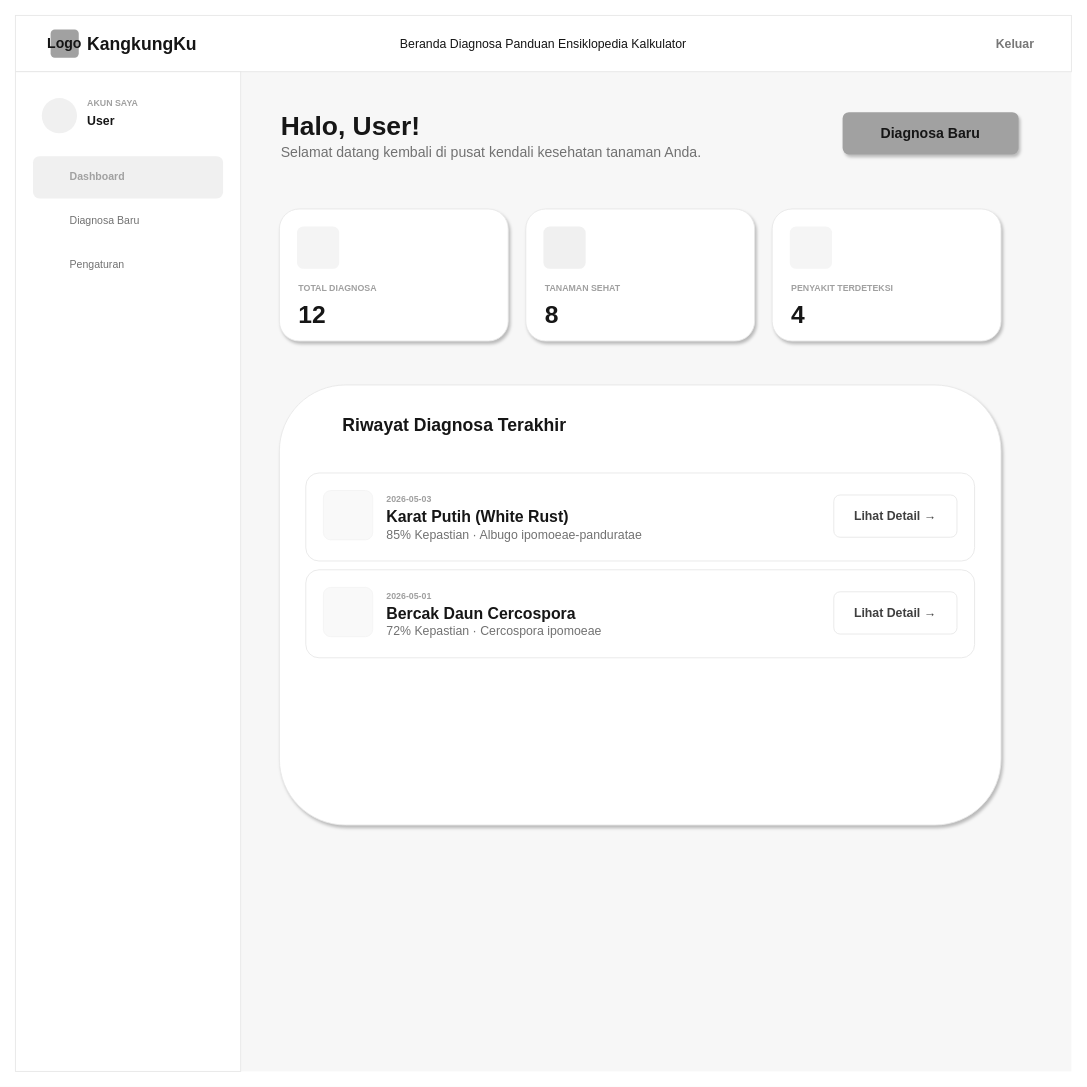
Before: diagram/desain_backup/user_dashboard.drawio in RajaSunrise/kangkungku, a draw.io diagram. Source tidied: cells renumbered, new cells numbered last; positions are measured from the earlier drawing's top-left corner, leaving out a move shared by most shapes. Both pictures are drawn from the tidied source at 88%, with x=0, y=0 at pixel (15, 15).
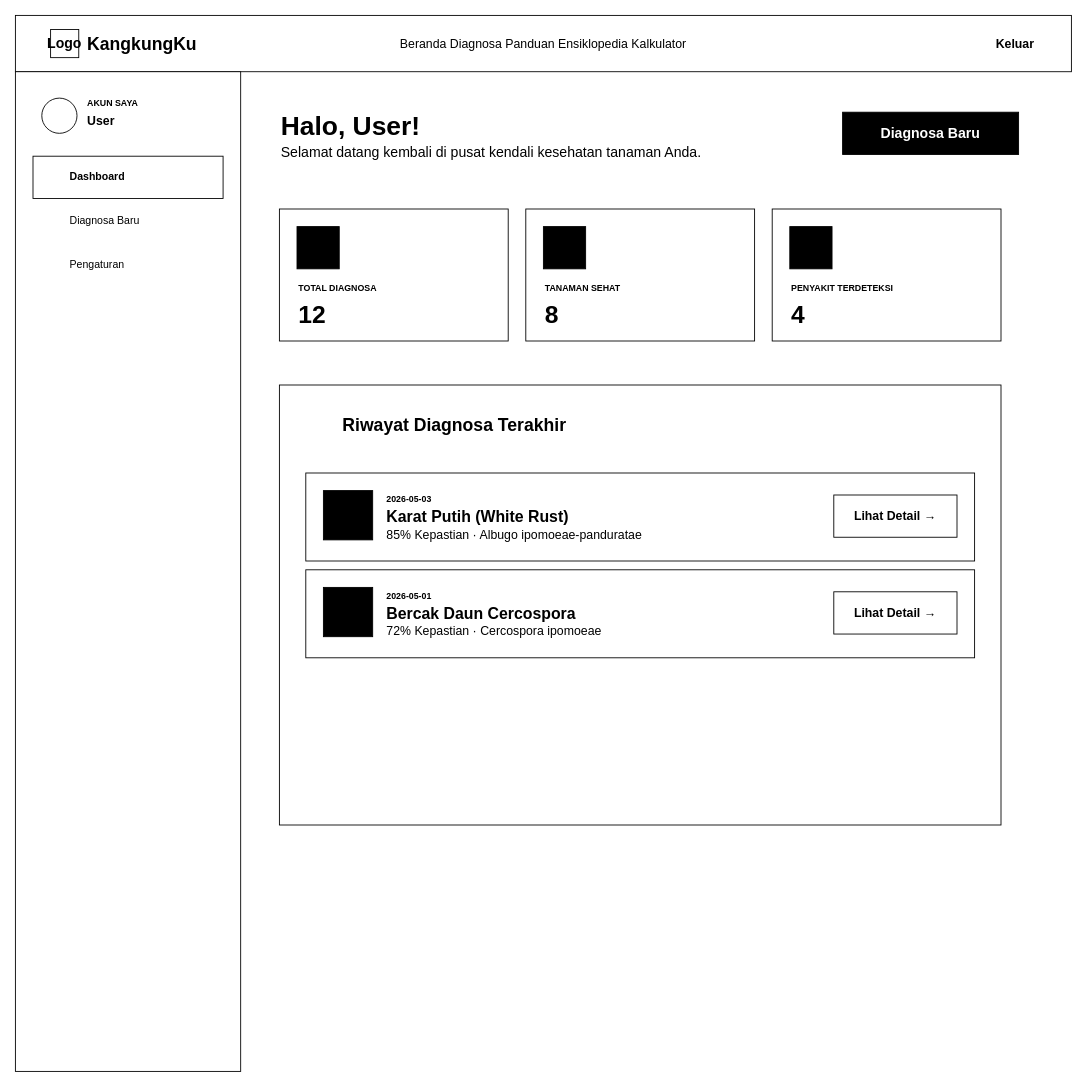
The same page after the edit.

The edit, as a diff of the source:
```diff
@@
-    <mxCell id="2" style="rounded=0;whiteSpace=wrap;html=1;fillColor=#F7F7F7;strokeColor=none;" parent="1" vertex="1">
+    <mxCell id="2" style="rounded=0;whiteSpace=wrap;html=1;fillColor=#FFFFFF;strokeColor=none;" parent="1" vertex="1">
       <mxGeometry width="1200" height="1200" as="geometry" />
     </mxCell>
-    <mxCell id="3" style="rounded=0;whiteSpace=wrap;html=1;fillColor=#FFFFFF;strokeColor=#E7E7E7;" parent="1" vertex="1">
+    <mxCell id="3" style="rounded=0;whiteSpace=wrap;html=1;fillColor=#FFFFFF;strokeColor=#000000;" parent="1" vertex="1">
       <mxGeometry width="1200" height="64" as="geometry" />
     </mxCell>
-    <mxCell id="4" style="rounded=1;whiteSpace=wrap;html=1;fillColor=#A1A1A1;strokeColor=none;" parent="1" vertex="1">
+    <mxCell id="4" style="rounded=0;whiteSpace=wrap;html=1;fillColor=#FFFFFF;strokeColor=#000000;" parent="1" vertex="1">
       <mxGeometry x="40" y="16" width="32" height="32" as="geometry" />
     </mxCell>
-    <mxCell id="5" value="Logo" style="text;html=1;strokeColor=none;fillColor=none;align=center;verticalAlign=middle;whiteSpace=wrap;rounded=0;fontColor=#151515;fontSize=16;fontStyle=1;" parent="1" vertex="1">
+    <mxCell id="5" value="Logo" style="text;html=1;strokeColor=none;fillColor=none;align=center;verticalAlign=middle;whiteSpace=wrap;rounded=0;fontColor=#000000;fontSize=16;fontStyle=1;" parent="1" vertex="1">
       <mxGeometry x="40" y="16" width="32" height="32" as="geometry" />
     </mxCell>
-    <mxCell id="6" value="KangkungKu" style="text;html=1;strokeColor=none;fillColor=none;align=left;verticalAlign=middle;whiteSpace=wrap;rounded=0;fontColor=#151515;fontSize=20;fontStyle=1;" parent="1" vertex="1">
+    <mxCell id="6" value="KangkungKu" style="text;html=1;strokeColor=none;fillColor=none;align=left;verticalAlign=middle;whiteSpace=wrap;rounded=0;fontColor=#000000;fontSize=20;fontStyle=1;" parent="1" vertex="1">
       <mxGeometry x="80" y="12" width="150" height="40" as="geometry" />
     </mxCell>
-    <mxCell id="7" value="Beranda    Diagnosa    Panduan    Ensiklopedia    Kalkulator" style="text;html=1;strokeColor=none;fillColor=none;align=center;verticalAlign=middle;whiteSpace=wrap;rounded=0;fontColor=#151515;fontSize=14;fontStyle=0;" parent="1" vertex="1">
+    <mxCell id="7" value="Beranda    Diagnosa    Panduan    Ensiklopedia    Kalkulator" style="text;html=1;strokeColor=none;fillColor=none;align=center;verticalAlign=middle;whiteSpace=wrap;rounded=0;fontColor=#000000;fontSize=14;fontStyle=0;" parent="1" vertex="1">
       <mxGeometry x="350" y="12" width="500" height="40" as="geometry" />
     </mxCell>
-    <mxCell id="8" value="Keluar" style="text;html=1;strokeColor=none;fillColor=none;align=right;verticalAlign=middle;whiteSpace=wrap;rounded=0;fontColor=#777777;fontSize=14;fontStyle=1;" parent="1" vertex="1">
+    <mxCell id="8" value="Keluar" style="text;html=1;strokeColor=none;fillColor=none;align=right;verticalAlign=middle;whiteSpace=wrap;rounded=0;fontColor=#000000;fontSize=14;fontStyle=1;" parent="1" vertex="1">
       <mxGeometry x="1060" y="12" width="100" height="40" as="geometry" />
     </mxCell>
-    <mxCell id="9" style="rounded=0;whiteSpace=wrap;html=1;fillColor=#FFFFFF;strokeColor=#E7E7E7;" parent="1" vertex="1">
+    <mxCell id="9" style="rounded=0;whiteSpace=wrap;html=1;fillColor=#FFFFFF;strokeColor=#000000;" parent="1" vertex="1">
       <mxGeometry y="64" width="256" height="1136" as="geometry" />
     </mxCell>
-    <mxCell id="10" style="ellipse;whiteSpace=wrap;html=1;fillColor=#F0F0F0;strokeColor=none;fontColor=#A1A1A1;fontSize=20;" parent="1" vertex="1">
+    <mxCell id="10" style="ellipse;whiteSpace=wrap;html=1;fillColor=#FFFFFF;strokeColor=#000000;fontColor=#000000;fontSize=20;" parent="1" vertex="1">
       <mxGeometry x="30" y="94" width="40" height="40" as="geometry" />
     </mxCell>
-    <mxCell id="11" value="AKUN SAYA" style="text;html=1;strokeColor=none;fillColor=none;align=left;verticalAlign=middle;whiteSpace=wrap;rounded=0;fontColor=#A0A0A0;fontSize=10;fontStyle=1;" parent="1" vertex="1">
+    <mxCell id="11" value="AKUN SAYA" style="text;html=1;strokeColor=none;fillColor=none;align=left;verticalAlign=middle;whiteSpace=wrap;rounded=0;fontColor=#000000;fontSize=10;fontStyle=1;" parent="1" vertex="1">
       <mxGeometry x="80" y="90" width="100" height="20" as="geometry" />
     </mxCell>
-    <mxCell id="12" value="User" style="text;html=1;strokeColor=none;fillColor=none;align=left;verticalAlign=middle;whiteSpace=wrap;rounded=0;fontColor=#161616;fontSize=14;fontStyle=1;" parent="1" vertex="1">
+    <mxCell id="12" value="User" style="text;html=1;strokeColor=none;fillColor=none;align=left;verticalAlign=middle;whiteSpace=wrap;rounded=0;fontColor=#000000;fontSize=14;fontStyle=1;" parent="1" vertex="1">
       <mxGeometry x="80" y="105" width="150" height="30" as="geometry" />
     </mxCell>
-    <mxCell id="13" value="Dashboard" style="rounded=1;whiteSpace=wrap;html=1;fillColor=#F0F0F0;strokeColor=none;fontColor=#A1A1A1;align=left;spacingLeft=40;fontStyle=1;" parent="1" vertex="1">
+    <mxCell id="13" value="Dashboard" style="rounded=0;whiteSpace=wrap;html=1;fillColor=#FFFFFF;strokeColor=#000000;fontColor=#000000;align=left;spacingLeft=40;fontStyle=1;" parent="1" vertex="1">
       <mxGeometry x="20" y="160" width="216" height="48" as="geometry" />
     </mxCell>
-    <mxCell id="14" value="Diagnosa Baru" style="rounded=1;whiteSpace=wrap;html=1;fillColor=none;strokeColor=none;fontColor=#717171;align=left;spacingLeft=40;" parent="1" vertex="1">
+    <mxCell id="14" value="Diagnosa Baru" style="rounded=0;whiteSpace=wrap;html=1;fillColor=none;strokeColor=none;fontColor=#000000;align=left;spacingLeft=40;" parent="1" vertex="1">
       <mxGeometry x="20" y="210" width="216" height="48" as="geometry" />
     </mxCell>
-    <mxCell id="15" value="Pengaturan" style="rounded=1;whiteSpace=wrap;html=1;fillColor=none;strokeColor=none;fontColor=#717171;align=left;spacingLeft=40;" parent="1" vertex="1">
+    <mxCell id="15" value="Pengaturan" style="rounded=0;whiteSpace=wrap;html=1;fillColor=none;strokeColor=none;fontColor=#000000;align=left;spacingLeft=40;" parent="1" vertex="1">
       <mxGeometry x="20" y="260" width="216" height="48" as="geometry" />
     </mxCell>
-    <mxCell id="16" value="Halo, User!" style="text;html=1;strokeColor=none;fillColor=none;align=left;verticalAlign=middle;whiteSpace=wrap;rounded=0;fontColor=#161616;fontSize=30;fontStyle=1;" parent="1" vertex="1">
+    <mxCell id="16" value="Halo, User!" style="text;html=1;strokeColor=none;fillColor=none;align=left;verticalAlign=middle;whiteSpace=wrap;rounded=0;fontColor=#000000;fontSize=30;fontStyle=1;" parent="1" vertex="1">
       <mxGeometry x="300" y="100" width="400" height="50" as="geometry" />
     </mxCell>
-    <mxCell id="17" value="Selamat datang kembali di pusat kendali kesehatan tanaman Anda." style="text;html=1;strokeColor=none;fillColor=none;align=left;verticalAlign=middle;whiteSpace=wrap;rounded=0;fontColor=#717171;fontSize=16;" parent="1" vertex="1">
+    <mxCell id="17" value="Selamat datang kembali di pusat kendali kesehatan tanaman Anda." style="text;html=1;strokeColor=none;fillColor=none;align=left;verticalAlign=middle;whiteSpace=wrap;rounded=0;fontColor=#000000;fontSize=16;" parent="1" vertex="1">
       <mxGeometry x="300" y="140" width="600" height="30" as="geometry" />
     </mxCell>
-    <mxCell id="18" value="Diagnosa Baru" style="rounded=1;whiteSpace=wrap;html=1;fillColor=#A1A1A1;strokeColor=none;fontColor=#161616;fontStyle=1;fontSize=16;shadow=1;" parent="1" vertex="1">
+    <mxCell id="18" value="Diagnosa Baru" style="rounded=0;whiteSpace=wrap;html=1;fillColor=#000000;strokeColor=#000000;fontColor=#FFFFFF;fontStyle=1;fontSize=16;" parent="1" vertex="1">
       <mxGeometry x="940" y="110" width="200" height="48" as="geometry" />
     </mxCell>
-    <mxCell id="19" style="rounded=1;whiteSpace=wrap;html=1;fillColor=#FFFFFF;strokeColor=#E7E7E7;shadow=1;" parent="1" vertex="1">
+    <mxCell id="19" style="rounded=0;whiteSpace=wrap;html=1;fillColor=#FFFFFF;strokeColor=#000000;" parent="1" vertex="1">
       <mxGeometry x="300" y="220" width="260" height="150" as="geometry" />
     </mxCell>
-    <mxCell id="20" style="rounded=1;whiteSpace=wrap;html=1;fillColor=#F4F4F4;strokeColor=none;" parent="1" vertex="1">
+    <mxCell id="20" style="rounded=0;whiteSpace=wrap;html=1;fillColor=#000000;strokeColor=#000000;" parent="1" vertex="1">
       <mxGeometry x="320" y="240" width="48" height="48" as="geometry" />
     </mxCell>
-    <mxCell id="21" value="TOTAL DIAGNOSA" style="text;html=1;strokeColor=none;fillColor=none;align=left;verticalAlign=middle;whiteSpace=wrap;rounded=0;fontColor=#A0A0A0;fontSize=10;fontStyle=1;" parent="1" vertex="1">
+    <mxCell id="21" value="TOTAL DIAGNOSA" style="text;html=1;strokeColor=none;fillColor=none;align=left;verticalAlign=middle;whiteSpace=wrap;rounded=0;fontColor=#000000;fontSize=10;fontStyle=1;" parent="1" vertex="1">
       <mxGeometry x="320" y="300" width="200" height="20" as="geometry" />
     </mxCell>
-    <mxCell id="22" value="12" style="text;html=1;strokeColor=none;fillColor=none;align=left;verticalAlign=middle;whiteSpace=wrap;rounded=0;fontColor=#161616;fontSize=28;fontStyle=1;" parent="1" vertex="1">
+    <mxCell id="22" value="12" style="text;html=1;strokeColor=none;fillColor=none;align=left;verticalAlign=middle;whiteSpace=wrap;rounded=0;fontColor=#000000;fontSize=28;fontStyle=1;" parent="1" vertex="1">
       <mxGeometry x="320" y="320" width="100" height="40" as="geometry" />
     </mxCell>
-    <mxCell id="23" style="rounded=1;whiteSpace=wrap;html=1;fillColor=#FFFFFF;strokeColor=#E7E7E7;shadow=1;" parent="1" vertex="1">
+    <mxCell id="23" style="rounded=0;whiteSpace=wrap;html=1;fillColor=#FFFFFF;strokeColor=#000000;" parent="1" vertex="1">
       <mxGeometry x="580" y="220" width="260" height="150" as="geometry" />
     </mxCell>
-    <mxCell id="24" style="rounded=1;whiteSpace=wrap;html=1;fillColor=#F0F0F0;strokeColor=none;" parent="1" vertex="1">
+    <mxCell id="24" style="rounded=0;whiteSpace=wrap;html=1;fillColor=#000000;strokeColor=#000000;" parent="1" vertex="1">
       <mxGeometry x="600" y="240" width="48" height="48" as="geometry" />
     </mxCell>
-    <mxCell id="25" value="TANAMAN SEHAT" style="text;html=1;strokeColor=none;fillColor=none;align=left;verticalAlign=middle;whiteSpace=wrap;rounded=0;fontColor=#A0A0A0;fontSize=10;fontStyle=1;" parent="1" vertex="1">
+    <mxCell id="25" value="TANAMAN SEHAT" style="text;html=1;strokeColor=none;fillColor=none;align=left;verticalAlign=middle;whiteSpace=wrap;rounded=0;fontColor=#000000;fontSize=10;fontStyle=1;" parent="1" vertex="1">
       <mxGeometry x="600" y="300" width="200" height="20" as="geometry" />
     </mxCell>
-    <mxCell id="26" value="8" style="text;html=1;strokeColor=none;fillColor=none;align=left;verticalAlign=middle;whiteSpace=wrap;rounded=0;fontColor=#161616;fontSize=28;fontStyle=1;" parent="1" vertex="1">
+    <mxCell id="26" value="8" style="text;html=1;strokeColor=none;fillColor=none;align=left;verticalAlign=middle;whiteSpace=wrap;rounded=0;fontColor=#000000;fontSize=28;fontStyle=1;" parent="1" vertex="1">
       <mxGeometry x="600" y="320" width="100" height="40" as="geometry" />
     </mxCell>
-    <mxCell id="27" style="rounded=1;whiteSpace=wrap;html=1;fillColor=#FFFFFF;strokeColor=#E7E7E7;shadow=1;" parent="1" vertex="1">
+    <mxCell id="27" style="rounded=0;whiteSpace=wrap;html=1;fillColor=#FFFFFF;strokeColor=#000000;" parent="1" vertex="1">
       <mxGeometry x="860" y="220" width="260" height="150" as="geometry" />
     </mxCell>
-    <mxCell id="28" style="rounded=1;whiteSpace=wrap;html=1;fillColor=#F5F5F5;strokeColor=none;" parent="1" vertex="1">
+    <mxCell id="28" style="rounded=0;whiteSpace=wrap;html=1;fillColor=#000000;strokeColor=#000000;" parent="1" vertex="1">
       <mxGeometry x="880" y="240" width="48" height="48" as="geometry" />
     </mxCell>
-    <mxCell id="29" value="PENYAKIT TERDETEKSI" style="text;html=1;strokeColor=none;fillColor=none;align=left;verticalAlign=middle;whiteSpace=wrap;rounded=0;fontColor=#A0A0A0;fontSize=10;fontStyle=1;" parent="1" vertex="1">
+    <mxCell id="29" value="PENYAKIT TERDETEKSI" style="text;html=1;strokeColor=none;fillColor=none;align=left;verticalAlign=middle;whiteSpace=wrap;rounded=0;fontColor=#000000;fontSize=10;fontStyle=1;" parent="1" vertex="1">
       <mxGeometry x="880" y="300" width="200" height="20" as="geometry" />
     </mxCell>
-    <mxCell id="30" value="4" style="text;html=1;strokeColor=none;fillColor=none;align=left;verticalAlign=middle;whiteSpace=wrap;rounded=0;fontColor=#161616;fontSize=28;fontStyle=1;" parent="1" vertex="1">
+    <mxCell id="30" value="4" style="text;html=1;strokeColor=none;fillColor=none;align=left;verticalAlign=middle;whiteSpace=wrap;rounded=0;fontColor=#000000;fontSize=28;fontStyle=1;" parent="1" vertex="1">
       <mxGeometry x="880" y="320" width="100" height="40" as="geometry" />
     </mxCell>
-    <mxCell id="31" style="rounded=1;whiteSpace=wrap;html=1;fillColor=#FFFFFF;strokeColor=#E7E7E7;shadow=1;" parent="1" vertex="1">
+    <mxCell id="31" style="rounded=0;whiteSpace=wrap;html=1;fillColor=#FFFFFF;strokeColor=#000000;" parent="1" vertex="1">
       <mxGeometry x="300" y="420" width="820" height="500" as="geometry" />
     </mxCell>
-    <mxCell id="32" value="Riwayat Diagnosa Terakhir" style="text;html=1;strokeColor=none;fillColor=none;align=left;verticalAlign=middle;whiteSpace=wrap;rounded=0;fontColor=#161616;fontSize=20;fontStyle=1;" parent="1" vertex="1">
+    <mxCell id="32" value="Riwayat Diagnosa Terakhir" style="text;html=1;strokeColor=none;fillColor=none;align=left;verticalAlign=middle;whiteSpace=wrap;rounded=0;fontColor=#000000;fontSize=20;fontStyle=1;" parent="1" vertex="1">
       <mxGeometry x="370" y="445" width="400" height="40" as="geometry" />
     </mxCell>
-    <mxCell id="33" style="rounded=1;whiteSpace=wrap;html=1;fillColor=#FFFFFF;strokeColor=#E7E7E7;" parent="1" vertex="1">
+    <mxCell id="33" style="rounded=0;whiteSpace=wrap;html=1;fillColor=#FFFFFF;strokeColor=#000000;" parent="1" vertex="1">
       <mxGeometry x="330" y="520" width="760" height="100" as="geometry" />
     </mxCell>
-    <mxCell id="34" style="rounded=1;whiteSpace=wrap;html=1;fillColor=#F9F9F9;strokeColor=#F4F4F4;" parent="1" vertex="1">
+    <mxCell id="34" style="rounded=0;whiteSpace=wrap;html=1;fillColor=#000000;strokeColor=#000000;" parent="1" vertex="1">
       <mxGeometry x="350" y="540" width="56" height="56" as="geometry" />
     </mxCell>
-    <mxCell id="35" value="2026-05-03" style="text;html=1;strokeColor=none;fillColor=none;align=left;verticalAlign=middle;whiteSpace=wrap;rounded=0;fontColor=#A0A0A0;fontSize=10;fontStyle=1;" parent="1" vertex="1">
+    <mxCell id="35" value="2026-05-03" style="text;html=1;strokeColor=none;fillColor=none;align=left;verticalAlign=middle;whiteSpace=wrap;rounded=0;fontColor=#000000;fontSize=10;fontStyle=1;" parent="1" vertex="1">
       <mxGeometry x="420" y="540" width="200" height="20" as="geometry" />
     </mxCell>
-    <mxCell id="36" value="Karat Putih (White Rust)" style="text;html=1;strokeColor=none;fillColor=none;align=left;verticalAlign=middle;whiteSpace=wrap;rounded=0;fontColor=#161616;fontSize=18;fontStyle=1;" parent="1" vertex="1">
+    <mxCell id="36" value="Karat Putih (White Rust)" style="text;html=1;strokeColor=none;fillColor=none;align=left;verticalAlign=middle;whiteSpace=wrap;rounded=0;fontColor=#000000;fontSize=18;fontStyle=1;" parent="1" vertex="1">
       <mxGeometry x="420" y="555" width="300" height="30" as="geometry" />
     </mxCell>
-    <mxCell id="37" value="85% Kepastian   ·   Albugo ipomoeae-panduratae" style="text;html=1;strokeColor=none;fillColor=none;align=left;verticalAlign=middle;whiteSpace=wrap;rounded=0;fontColor=#717171;fontSize=14;" parent="1" vertex="1">
+    <mxCell id="37" value="85% Kepastian   ·   Albugo ipomoeae-panduratae" style="text;html=1;strokeColor=none;fillColor=none;align=left;verticalAlign=middle;whiteSpace=wrap;rounded=0;fontColor=#000000;fontSize=14;" parent="1" vertex="1">
       <mxGeometry x="420" y="580" width="400" height="20" as="geometry" />
     </mxCell>
-    <mxCell id="38" value="Lihat Detail   →" style="rounded=1;whiteSpace=wrap;html=1;fillColor=none;strokeColor=#E7E7E7;fontColor=#3F3F3F;fontStyle=1;fontSize=14;" parent="1" vertex="1">
+    <mxCell id="38" value="Lihat Detail   →" style="rounded=0;whiteSpace=wrap;html=1;fillColor=none;strokeColor=#000000;fontColor=#000000;fontStyle=1;fontSize=14;" parent="1" vertex="1">
       <mxGeometry x="930" y="545" width="140" height="48" as="geometry" />
     </mxCell>
-    <mxCell id="39" style="rounded=1;whiteSpace=wrap;html=1;fillColor=#FFFFFF;strokeColor=#E7E7E7;" parent="1" vertex="1">
+    <mxCell id="39" style="rounded=0;whiteSpace=wrap;html=1;fillColor=#FFFFFF;strokeColor=#000000;" parent="1" vertex="1">
       <mxGeometry x="330" y="630" width="760" height="100" as="geometry" />
     </mxCell>
-    <mxCell id="40" style="rounded=1;whiteSpace=wrap;html=1;fillColor=#F9F9F9;strokeColor=#F4F4F4;" parent="1" vertex="1">
+    <mxCell id="40" style="rounded=0;whiteSpace=wrap;html=1;fillColor=#000000;strokeColor=#000000;" parent="1" vertex="1">
       <mxGeometry x="350" y="650" width="56" height="56" as="geometry" />
     </mxCell>
-    <mxCell id="41" value="2026-05-01" style="text;html=1;strokeColor=none;fillColor=none;align=left;verticalAlign=middle;whiteSpace=wrap;rounded=0;fontColor=#A0A0A0;fontSize=10;fontStyle=1;" parent="1" vertex="1">
+    <mxCell id="41" value="2026-05-01" style="text;html=1;strokeColor=none;fillColor=none;align=left;verticalAlign=middle;whiteSpace=wrap;rounded=0;fontColor=#000000;fontSize=10;fontStyle=1;" parent="1" vertex="1">
       <mxGeometry x="420" y="650" width="200" height="20" as="geometry" />
     </mxCell>
-    <mxCell id="42" value="Bercak Daun Cercospora" style="text;html=1;strokeColor=none;fillColor=none;align=left;verticalAlign=middle;whiteSpace=wrap;rounded=0;fontColor=#161616;fontSize=18;fontStyle=1;" parent="1" vertex="1">
+    <mxCell id="42" value="Bercak Daun Cercospora" style="text;html=1;strokeColor=none;fillColor=none;align=left;verticalAlign=middle;whiteSpace=wrap;rounded=0;fontColor=#000000;fontSize=18;fontStyle=1;" parent="1" vertex="1">
       <mxGeometry x="420" y="665" width="300" height="30" as="geometry" />
     </mxCell>
-    <mxCell id="43" value="72% Kepastian   ·   Cercospora ipomoeae" style="text;html=1;strokeColor=none;fillColor=none;align=left;verticalAlign=middle;whiteSpace=wrap;rounded=0;fontColor=#717171;fontSize=14;" parent="1" vertex="1">
+    <mxCell id="43" value="72% Kepastian   ·   Cercospora ipomoeae" style="text;html=1;strokeColor=none;fillColor=none;align=left;verticalAlign=middle;whiteSpace=wrap;rounded=0;fontColor=#000000;fontSize=14;" parent="1" vertex="1">
       <mxGeometry x="420" y="690" width="400" height="20" as="geometry" />
     </mxCell>
-    <mxCell id="44" value="Lihat Detail   →" style="rounded=1;whiteSpace=wrap;html=1;fillColor=none;strokeColor=#E7E7E7;fontColor=#3F3F3F;fontStyle=1;fontSize=14;" parent="1" vertex="1">
+    <mxCell id="44" value="Lihat Detail   →" style="rounded=0;whiteSpace=wrap;html=1;fillColor=none;strokeColor=#000000;fontColor=#000000;fontStyle=1;fontSize=14;" parent="1" vertex="1">
       <mxGeometry x="930" y="655" width="140" height="48" as="geometry" />
     </mxCell>
```
